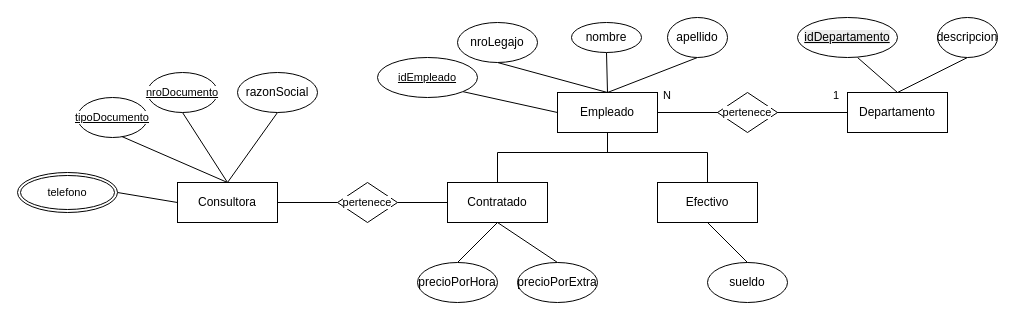
Above: BaseDeDatos/ej6.drawio in Donnie-MS/DiagramasUML-BaseDeDatos-Objetos2 (draw.io), before the change. Source tidied: cells renumbered, new cells numbered last; positions are measured from the earlier drawing's top-left corner, leaving out a move shared by most shapes. Both pictures are drawn from the tidied source at 100%, with x=0, y=0 at pixel (17, 17).
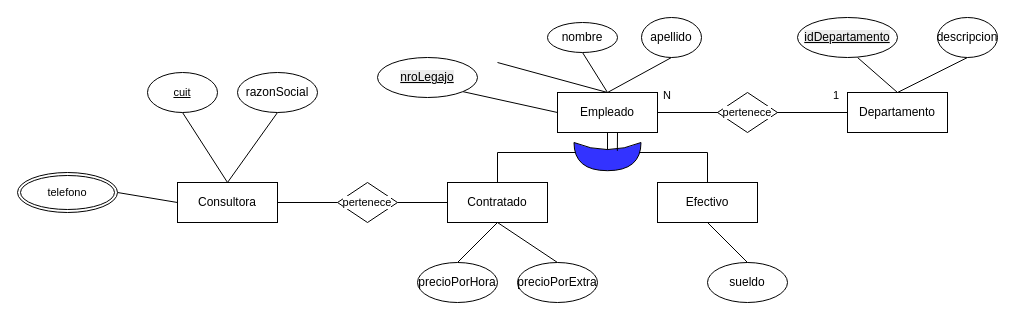
The same diagram, later.

Unchanged cells that the change refers to:
```xml
<mxCell id="3" value="Empleado" style="whiteSpace=wrap;html=1;align=center;" parent="1" vertex="1">
  <mxGeometry x="540" y="75" width="100" height="40" as="geometry" />
</mxCell>
<mxCell id="31" value="Consultora" style="whiteSpace=wrap;html=1;align=center;" parent="1" vertex="1">
  <mxGeometry x="160" y="165" width="100" height="40" as="geometry" />
</mxCell>
```

Change to the diagram source:
```diff
@@
-    <mxCell id="6" style="edgeStyle=none;shape=connector;rounded=0;jettySize=auto;html=1;exitX=0.5;exitY=1;exitDx=0;exitDy=0;entryX=0.5;entryY=0;entryDx=0;entryDy=0;strokeColor=default;align=center;verticalAlign=middle;fontFamily=Helvetica;fontSize=11;fontColor=default;labelBackgroundColor=default;endArrow=none;" parent="1" edge="1" source="7" target="3">
-      <mxGeometry relative="1" as="geometry" />
+    <mxCell id="6" style="edgeStyle=none;shape=connector;rounded=0;jettySize=auto;html=1;exitX=0.5;exitY=1;exitDx=0;exitDy=0;entryX=0.5;entryY=0;entryDx=0;entryDy=0;strokeColor=default;align=center;verticalAlign=middle;fontFamily=Helvetica;fontSize=11;fontColor=default;labelBackgroundColor=default;endArrow=none;" parent="1" edge="1" target="3">
+      <mxGeometry relative="1" as="geometry">
+        <mxPoint x="480" y="45" as="sourcePoint" />
+      </mxGeometry>
     </mxCell>
-    <mxCell id="7" value="nroLegajo" style="ellipse;whiteSpace=wrap;html=1;align=center;" parent="1" vertex="1">
-      <mxGeometry x="440" y="5" width="80" height="40" as="geometry" />
-    </mxCell>
@@
     <mxCell id="10" value="nombre" style="ellipse;whiteSpace=wrap;html=1;align=center;" parent="1" vertex="1">
-      <mxGeometry x="554" y="5" width="70" height="30" as="geometry" />
+      <mxGeometry x="530" y="5" width="70" height="30" as="geometry" />
     </mxCell>
@@
     <mxCell id="12" value="apellido" style="ellipse;whiteSpace=wrap;html=1;align=center;" parent="1" vertex="1">
-      <mxGeometry x="650" width="60" height="40" as="geometry" />
+      <mxGeometry x="624" width="60" height="40" as="geometry" />
     </mxCell>
@@
-    <mxCell id="24" value="idEmpleado" style="ellipse;whiteSpace=wrap;html=1;align=center;fontStyle=4;fontFamily=Helvetica;fontSize=11;fontColor=default;labelBackgroundColor=default;" parent="1" vertex="1">
+    <mxCell id="24" value="&lt;span style=&quot;font-size: 12px; background-color: rgb(236, 236, 236);&quot;&gt;nroLegajo&lt;/span&gt;" style="ellipse;whiteSpace=wrap;html=1;align=center;fontStyle=4;fontFamily=Helvetica;fontSize=11;fontColor=default;labelBackgroundColor=default;" parent="1" vertex="1">
       <mxGeometry x="360" y="40" width="100" height="40" as="geometry" />
     </mxCell>
@@
-    <mxCell id="34" style="edgeStyle=none;shape=connector;rounded=0;jettySize=auto;html=1;exitX=0.6;exitY=0.95;exitDx=0;exitDy=0;entryX=0.5;entryY=0;entryDx=0;entryDy=0;strokeColor=default;align=center;verticalAlign=middle;fontFamily=Helvetica;fontSize=11;fontColor=default;labelBackgroundColor=default;endArrow=none;exitPerimeter=0;" parent="1" edge="1" source="35" target="31">
-      <mxGeometry relative="1" as="geometry" />
-    </mxCell>
-    <mxCell id="35" value="tipoDocumento" style="ellipse;whiteSpace=wrap;html=1;align=center;fontStyle=4;fontFamily=Helvetica;fontSize=11;fontColor=default;labelBackgroundColor=default;" parent="1" vertex="1">
-      <mxGeometry x="60" y="80" width="70" height="40" as="geometry" />
-    </mxCell>
@@
-    <mxCell id="37" value="nroDocumento" style="ellipse;whiteSpace=wrap;html=1;align=center;fontStyle=4;fontFamily=Helvetica;fontSize=11;fontColor=default;labelBackgroundColor=default;" parent="1" vertex="1">
+    <mxCell id="37" value="cuit" style="ellipse;whiteSpace=wrap;html=1;align=center;fontStyle=4;fontFamily=Helvetica;fontSize=11;fontColor=default;labelBackgroundColor=default;" parent="1" vertex="1">
       <mxGeometry x="130" y="55" width="70" height="40" as="geometry" />
     </mxCell>
@@
+    <mxCell id="42" style="edgeStyle=none;shape=connector;rounded=0;orthogonalLoop=1;jettySize=auto;html=1;exitX=0.5;exitY=1;exitDx=0;exitDy=0;strokeColor=default;align=center;verticalAlign=middle;fontFamily=Helvetica;fontSize=11;fontColor=default;labelBackgroundColor=default;endArrow=none;" parent="1" edge="1">
+      <mxGeometry relative="1" as="geometry">
+        <mxPoint x="600" y="150" as="sourcePoint" />
+        <mxPoint x="600" y="150" as="targetPoint" />
+      </mxGeometry>
+    </mxCell>
+    <mxCell id="43" style="edgeStyle=none;shape=connector;rounded=0;orthogonalLoop=1;jettySize=auto;html=1;exitX=0;exitY=1;exitDx=0;exitDy=0;strokeColor=default;align=center;verticalAlign=middle;fontFamily=Helvetica;fontSize=11;fontColor=default;labelBackgroundColor=default;endArrow=none;" parent="1" edge="1">
+      <mxGeometry relative="1" as="geometry">
+        <mxPoint x="540" y="150" as="sourcePoint" />
+        <mxPoint x="540" y="150" as="targetPoint" />
+      </mxGeometry>
+    </mxCell>
+    <mxCell id="44" style="shape=xor;whiteSpace=wrap;html=1;fontFamily=Helvetica;fontSize=11;fontColor=default;labelBackgroundColor=default;rotation=90;fillColor=#3333FF;" parent="1" vertex="1">
+      <mxGeometry x="575.9" y="105.6" width="28.2" height="67" as="geometry" />
+    </mxCell>
+    <mxCell id="45" style="endArrow=none;html=1;rounded=0;strokeColor=default;align=center;verticalAlign=middle;fontFamily=Helvetica;fontSize=11;fontColor=default;labelBackgroundColor=default;entryX=0.5;entryY=1;entryDx=0;entryDy=0;exitX=0.296;exitY=0.353;exitDx=0;exitDy=0;exitPerimeter=0;" parent="1" edge="1" source="44">
+      <mxGeometry relative="1" as="geometry">
+        <mxPoint x="600" y="115" as="targetPoint" />
+      </mxGeometry>
+    </mxCell>
```
